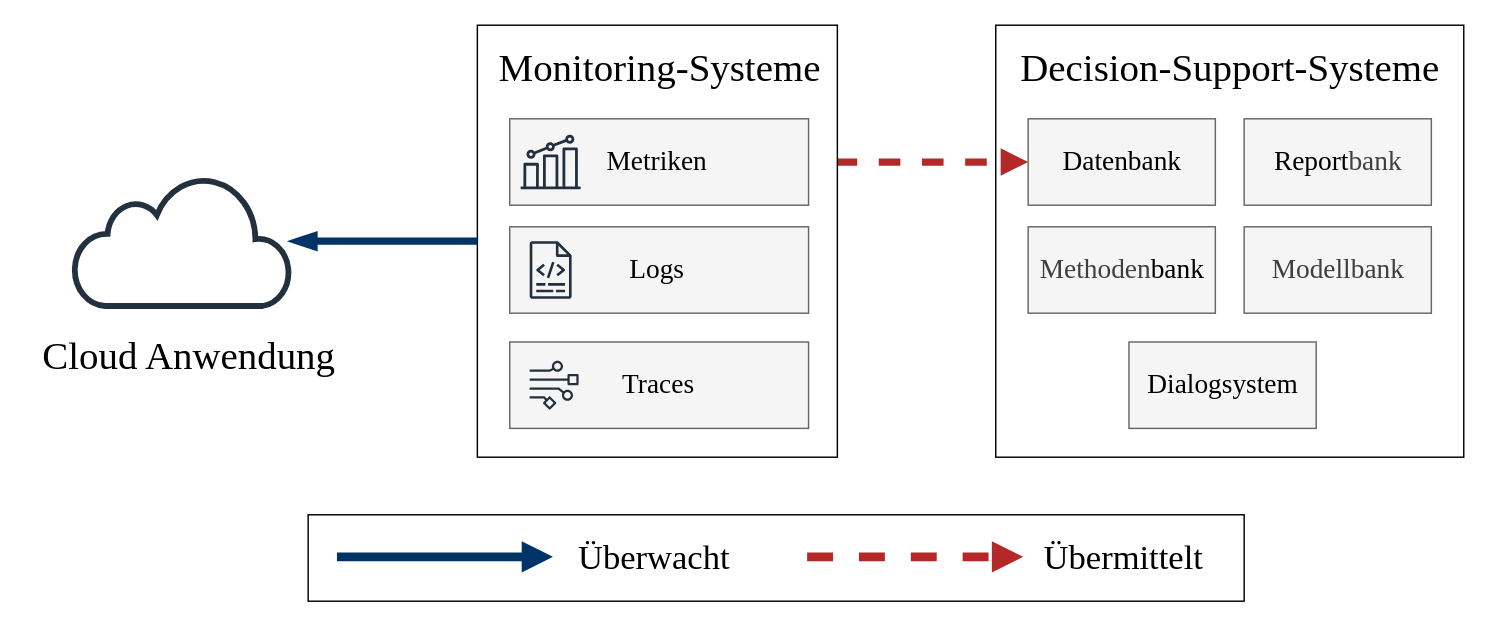
Earlier version of the draw.io diagram abbildungen/DSSundMS.drawio (LevinTheDoctor/fom-typst-template). Source tidied: cells renumbered, new cells numbered last; positions are measured from the earlier drawing's top-left corner, leaving out a move shared by most shapes. Both pictures are drawn from the tidied source at 144%, with x=0, y=0 at pixel (24, 24).
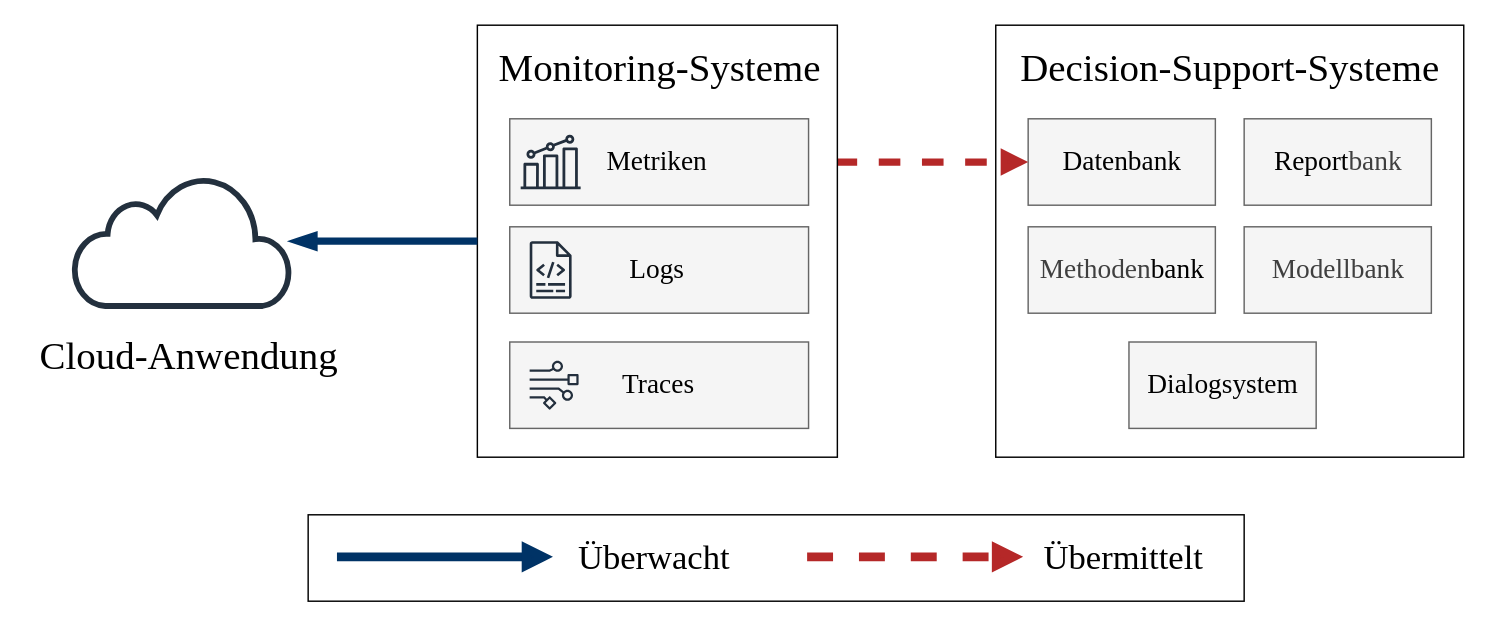
The same page after the edit.

What changed in the source:
```diff
@@
-    <mxCell id="29" value="&lt;font face=&quot;Times New Roman&quot; style=&quot;font-size: 27px;&quot;&gt;Cloud Anwendung&lt;/font&gt;" style="text;html=1;align=center;verticalAlign=middle;whiteSpace=wrap;rounded=0;" parent="1" vertex="1">
+    <mxCell id="29" value="&lt;font face=&quot;Times New Roman&quot; style=&quot;font-size: 27px;&quot;&gt;Cloud-Anwendung&lt;/font&gt;" style="text;html=1;align=center;verticalAlign=middle;whiteSpace=wrap;rounded=0;" parent="1" vertex="1">
       <mxGeometry y="210" width="227.5" height="40" as="geometry" />
     </mxCell>
```
